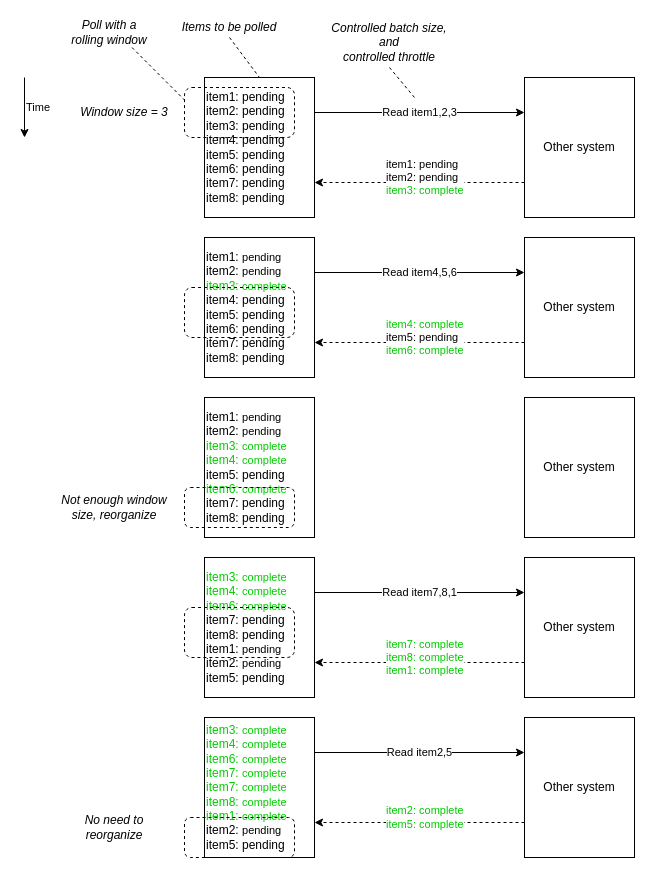
nanw1103/parallel-processing-patterns keeps this draw.io diagram as page "rolling-poller-window" (3 of 3) of images/diagram-src.drawio. Above is the earlier version. Source tidied: cells renumbered, new cells numbered last; positions are measured from the earlier drawing's top-left corner, leaving out a move shared by most shapes. Both pictures are drawn from the tidied source at 100%, with x=0, y=0 at pixel (24, 17).
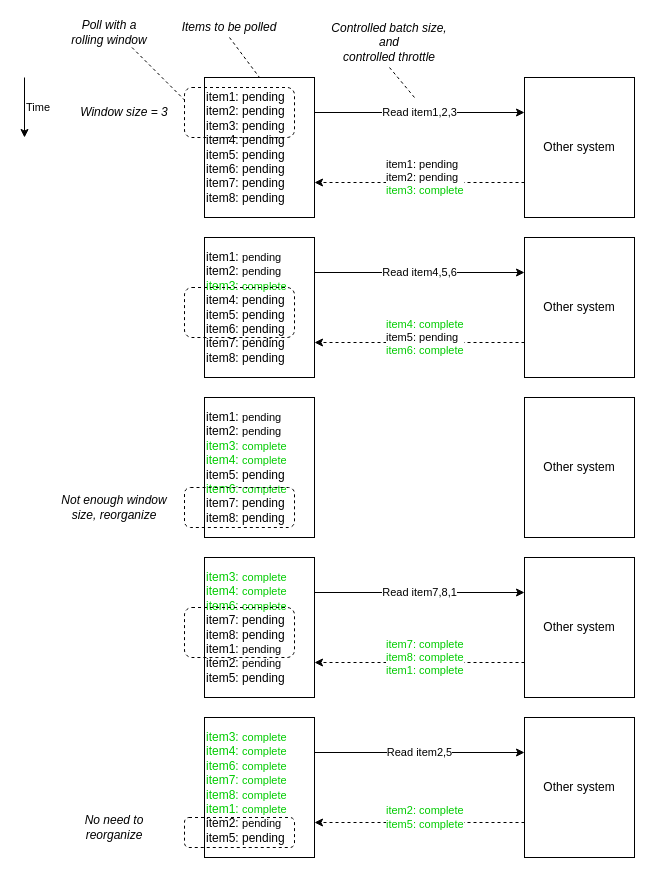
Above is the later version.

The edit, as a diff of the source:
```diff
@@
-    <mxCell id="20" value="&lt;font color=&quot;#00cc00&quot;&gt;item3:&amp;nbsp;&lt;span style=&quot;font-size: 11px ; text-align: center ; background-color: rgb(255 , 255 , 255)&quot;&gt;complete&lt;/span&gt;&lt;/font&gt;&lt;br&gt;&lt;font color=&quot;#00cc00&quot;&gt;item4:&amp;nbsp;&lt;span style=&quot;font-size: 11px ; text-align: center ; background-color: rgb(255 , 255 , 255)&quot;&gt;complete&lt;/span&gt;&lt;/font&gt;&lt;span style=&quot;font-size: 11px ; text-align: center ; background-color: rgb(255 , 255 , 255)&quot;&gt;&lt;br&gt;&lt;/span&gt;&lt;font color=&quot;#00cc00&quot;&gt;item6:&amp;nbsp;&lt;span style=&quot;font-size: 11px ; text-align: center ; background-color: rgb(255 , 255 , 255)&quot;&gt;complete&lt;/span&gt;&lt;/font&gt;&lt;br&gt;&lt;font color=&quot;#00cc00&quot;&gt;item7:&amp;nbsp;&lt;/font&gt;&lt;span style=&quot;font-size: 11px ; color: rgb(0 , 204 , 0) ; text-align: center ; background-color: rgb(255 , 255 , 255)&quot;&gt;complete&lt;/span&gt;&lt;br&gt;&lt;font color=&quot;#00cc00&quot;&gt;item7:&amp;nbsp;&lt;span style=&quot;font-size: 11px ; text-align: center ; background-color: rgb(255 , 255 , 255)&quot;&gt;complete&lt;/span&gt;&lt;br&gt;item8:&amp;nbsp;&lt;span style=&quot;font-size: 11px ; text-align: center ; background-color: rgb(255 , 255 , 255)&quot;&gt;complete&lt;/span&gt;&lt;br&gt;item1:&amp;nbsp;&lt;span style=&quot;font-size: 11px ; text-align: center ; background-color: rgb(255 , 255 , 255)&quot;&gt;complete&lt;/span&gt;&lt;br&gt;&lt;/font&gt;item2:&amp;nbsp;&lt;span style=&quot;font-size: 11px ; text-align: center ; background-color: rgb(255 , 255 , 255)&quot;&gt;pending&lt;/span&gt;&lt;br&gt;item5: pending" style="rounded=0;whiteSpace=wrap;html=1;align=left;" parent="1" vertex="1">
+    <mxCell id="20" value="&lt;font color=&quot;#00cc00&quot;&gt;item3:&amp;nbsp;&lt;span style=&quot;font-size: 11px ; text-align: center ; background-color: rgb(255 , 255 , 255)&quot;&gt;complete&lt;/span&gt;&lt;/font&gt;&lt;br&gt;&lt;font color=&quot;#00cc00&quot;&gt;item4:&amp;nbsp;&lt;span style=&quot;font-size: 11px ; text-align: center ; background-color: rgb(255 , 255 , 255)&quot;&gt;complete&lt;/span&gt;&lt;/font&gt;&lt;span style=&quot;font-size: 11px ; text-align: center ; background-color: rgb(255 , 255 , 255)&quot;&gt;&lt;br&gt;&lt;/span&gt;&lt;font color=&quot;#00cc00&quot;&gt;item6:&amp;nbsp;&lt;span style=&quot;font-size: 11px ; text-align: center ; background-color: rgb(255 , 255 , 255)&quot;&gt;complete&lt;/span&gt;&lt;/font&gt;&lt;br&gt;&lt;font color=&quot;#00cc00&quot;&gt;item7:&amp;nbsp;&lt;/font&gt;&lt;span style=&quot;font-size: 11px ; color: rgb(0 , 204 , 0) ; text-align: center ; background-color: rgb(255 , 255 , 255)&quot;&gt;complete&lt;/span&gt;&lt;br&gt;&lt;font color=&quot;#00cc00&quot;&gt;item8:&amp;nbsp;&lt;span style=&quot;font-size: 11px ; text-align: center ; background-color: rgb(255 , 255 , 255)&quot;&gt;complete&lt;/span&gt;&lt;br&gt;item1:&amp;nbsp;&lt;span style=&quot;font-size: 11px ; text-align: center ; background-color: rgb(255 , 255 , 255)&quot;&gt;complete&lt;/span&gt;&lt;br&gt;&lt;/font&gt;item2:&amp;nbsp;&lt;span style=&quot;font-size: 11px ; text-align: center ; background-color: rgb(255 , 255 , 255)&quot;&gt;pending&lt;/span&gt;&lt;br&gt;item5: pending" style="rounded=0;whiteSpace=wrap;html=1;align=left;" parent="1" vertex="1">
       <mxGeometry x="180" y="700" width="110" height="140" as="geometry" />
     </mxCell>
@@
     <mxCell id="22" style="rounded=1;whiteSpace=wrap;html=1;align=center;fillColor=none;dashed=1;" parent="1" vertex="1">
-      <mxGeometry x="160" y="800" width="110" height="40" as="geometry" />
+      <mxGeometry x="160" y="800" width="110" height="30" as="geometry" />
     </mxCell>
```
